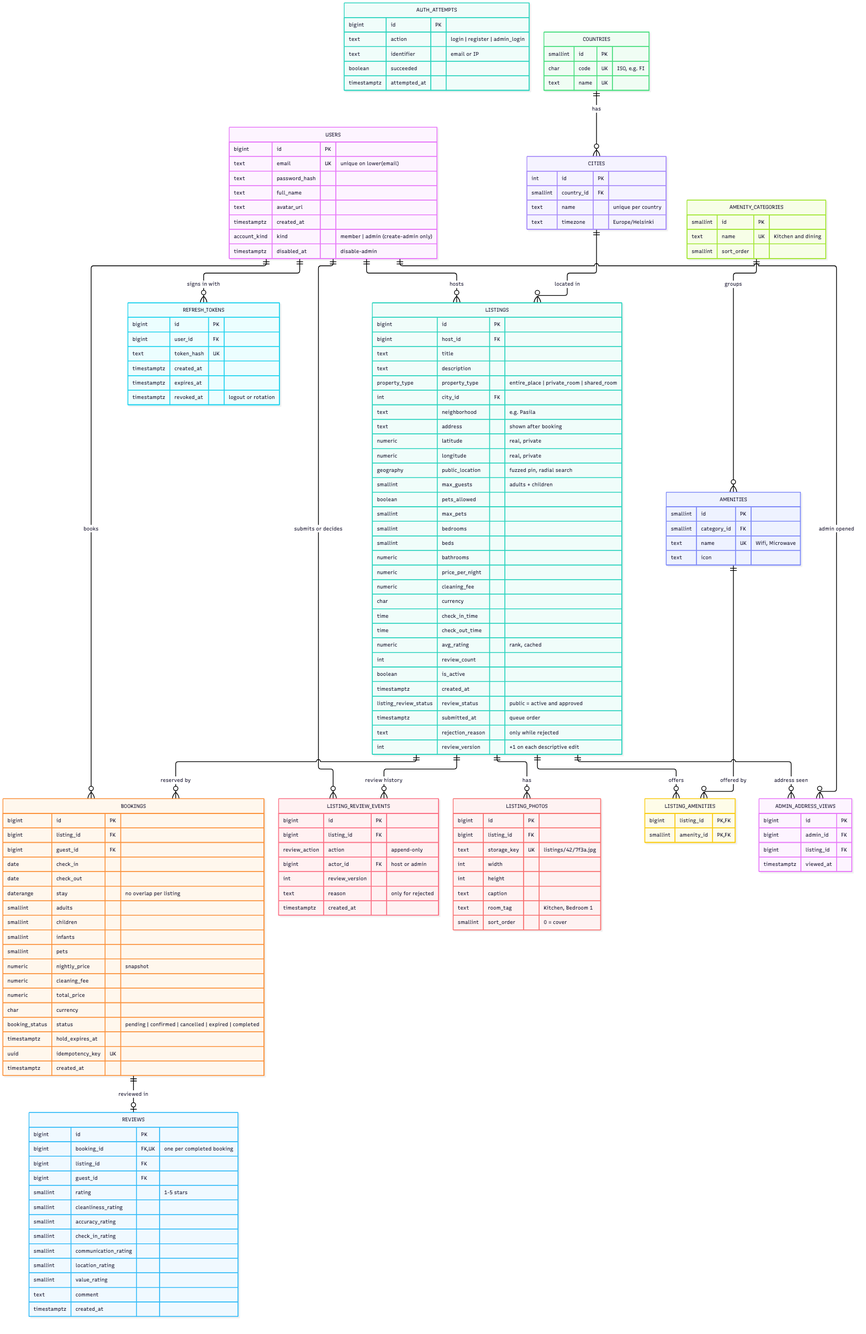
Before: db/erd.png, a diagram exported from Mermaid (zianazari/Caravansara). Its source is kept beside it as db/erd.mmd.
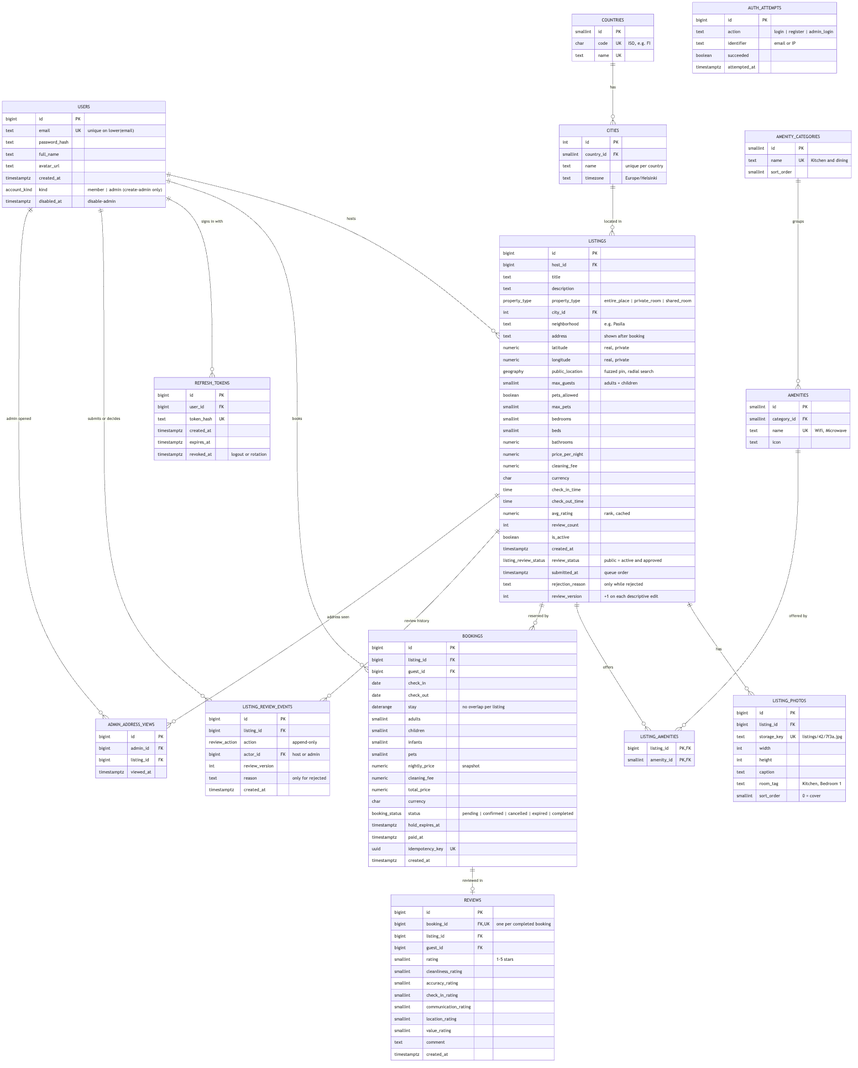
After the change.

Change to the diagram source:
```diff
@@ -140,6 +140,7 @@
         char currency
         booking_status status "pending | confirmed | cancelled | expired | completed"
         timestamptz hold_expires_at
+        timestamptz paid_at
         uuid idempotency_key UK
         timestamptz created_at
     }
```
